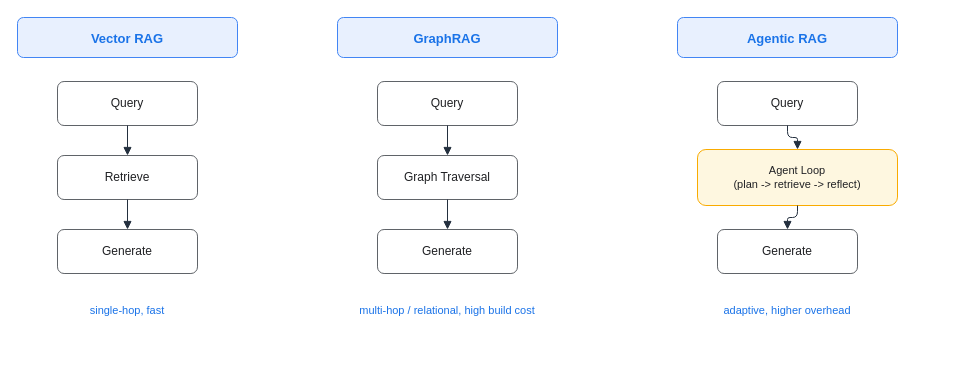
The draw.io diagram assets/img/ai/rag-07-rag-variants.drawio in KKamJi98/kkamji98.github.io, before the edit. Source tidied: cells renumbered, new cells numbered last; positions are measured from the earlier drawing's top-left corner, leaving out a move shared by most shapes. Both pictures are drawn from the tidied source at 100%, with x=0, y=0 at pixel (17, 17).
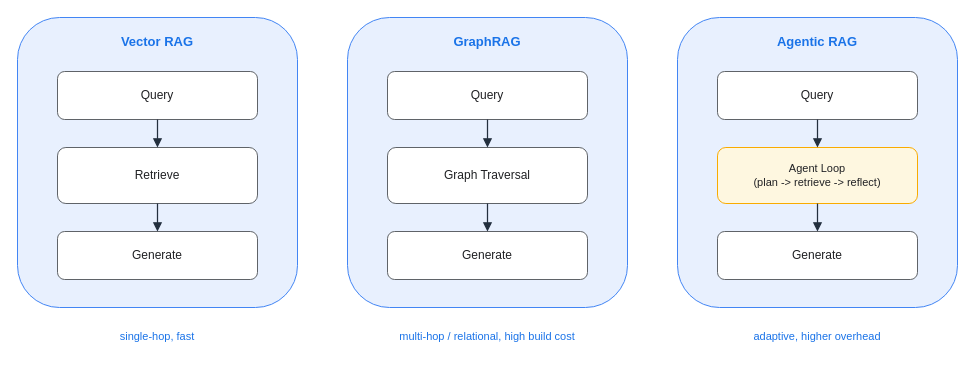
The same page after the edit.

Change to the diagram source:
```diff
@@
-    <mxCell id="2" value="Vector RAG" style="rounded=1;fillColor=#E8F0FE;strokeColor=#4285F4;verticalAlign=middle;align=center;fontStyle=1;fontSize=13;fontColor=#1A73E8;shadow=0;" parent="1" vertex="1">
-      <mxGeometry width="220" height="40" as="geometry" />
+    <mxCell id="2" value="Vector RAG" style="rounded=1;html=0;fillColor=#E8F0FE;strokeColor=#4285F4;verticalAlign=top;align=center;fontStyle=1;fontSize=13;fontColor=#1A73E8;spacingTop=10;shadow=0;" parent="1" vertex="1">
+      <mxGeometry width="280" height="290" as="geometry" />
     </mxCell>
     <mxCell id="3" value="Query" style="rounded=1;whiteSpace=wrap;html=0;fillColor=#FFFFFF;strokeColor=#5F6368;shadow=0;fontSize=12;fontColor=#202124;" parent="1" vertex="1">
-      <mxGeometry x="40" y="64" width="140" height="44" as="geometry" />
+      <mxGeometry x="40" y="54" width="200" height="48" as="geometry" />
     </mxCell>
     <mxCell id="4" value="Retrieve" style="rounded=1;whiteSpace=wrap;html=0;fillColor=#FFFFFF;strokeColor=#5F6368;shadow=0;fontSize=12;fontColor=#202124;" parent="1" vertex="1">
-      <mxGeometry x="40" y="138" width="140" height="44" as="geometry" />
+      <mxGeometry x="40" y="130" width="200" height="56" as="geometry" />
     </mxCell>
     <mxCell id="5" value="Generate" style="rounded=1;whiteSpace=wrap;html=0;fillColor=#FFFFFF;strokeColor=#5F6368;shadow=0;fontSize=12;fontColor=#202124;" parent="1" vertex="1">
-      <mxGeometry x="40" y="212" width="140" height="44" as="geometry" />
+      <mxGeometry x="40" y="214" width="200" height="48" as="geometry" />
     </mxCell>
     <mxCell id="6" value="single-hop, fast" style="text;html=0;align=center;fontSize=11;fontColor=#1A73E8;" parent="1" vertex="1">
-      <mxGeometry y="280" width="220" height="24" as="geometry" />
+      <mxGeometry y="306" width="280" height="24" as="geometry" />
     </mxCell>
-    <mxCell id="7" value="GraphRAG" style="rounded=1;fillColor=#E8F0FE;strokeColor=#4285F4;verticalAlign=middle;align=center;fontStyle=1;fontSize=13;fontColor=#1A73E8;shadow=0;" parent="1" vertex="1">
-      <mxGeometry x="320" width="220" height="40" as="geometry" />
+    <mxCell id="7" value="GraphRAG" style="rounded=1;html=0;fillColor=#E8F0FE;strokeColor=#4285F4;verticalAlign=top;align=center;fontStyle=1;fontSize=13;fontColor=#1A73E8;spacingTop=10;shadow=0;" parent="1" vertex="1">
+      <mxGeometry x="330" width="280" height="290" as="geometry" />
     </mxCell>
     <mxCell id="8" value="Query" style="rounded=1;whiteSpace=wrap;html=0;fillColor=#FFFFFF;strokeColor=#5F6368;shadow=0;fontSize=12;fontColor=#202124;" parent="1" vertex="1">
-      <mxGeometry x="360" y="64" width="140" height="44" as="geometry" />
+      <mxGeometry x="370" y="54" width="200" height="48" as="geometry" />
     </mxCell>
     <mxCell id="9" value="Graph Traversal" style="rounded=1;whiteSpace=wrap;html=0;fillColor=#FFFFFF;strokeColor=#5F6368;shadow=0;fontSize=12;fontColor=#202124;" parent="1" vertex="1">
-      <mxGeometry x="360" y="138" width="140" height="44" as="geometry" />
+      <mxGeometry x="370" y="130" width="200" height="56" as="geometry" />
     </mxCell>
     <mxCell id="10" value="Generate" style="rounded=1;whiteSpace=wrap;html=0;fillColor=#FFFFFF;strokeColor=#5F6368;shadow=0;fontSize=12;fontColor=#202124;" parent="1" vertex="1">
-      <mxGeometry x="360" y="212" width="140" height="44" as="geometry" />
+      <mxGeometry x="370" y="214" width="200" height="48" as="geometry" />
     </mxCell>
     <mxCell id="11" value="multi-hop / relational, high build cost" style="text;html=0;align=center;fontSize=11;fontColor=#1A73E8;" parent="1" vertex="1">
-      <mxGeometry x="300" y="280" width="260" height="24" as="geometry" />
+      <mxGeometry x="330" y="306" width="280" height="24" as="geometry" />
     </mxCell>
-    <mxCell id="12" value="Agentic RAG" style="rounded=1;fillColor=#E8F0FE;strokeColor=#4285F4;verticalAlign=middle;align=center;fontStyle=1;fontSize=13;fontColor=#1A73E8;shadow=0;" parent="1" vertex="1">
-      <mxGeometry x="660" width="220" height="40" as="geometry" />
+    <mxCell id="12" value="Agentic RAG" style="rounded=1;html=0;fillColor=#E8F0FE;strokeColor=#4285F4;verticalAlign=top;align=center;fontStyle=1;fontSize=13;fontColor=#1A73E8;spacingTop=10;shadow=0;" parent="1" vertex="1">
+      <mxGeometry x="660" width="280" height="290" as="geometry" />
     </mxCell>
     <mxCell id="13" value="Query" style="rounded=1;whiteSpace=wrap;html=0;fillColor=#FFFFFF;strokeColor=#5F6368;shadow=0;fontSize=12;fontColor=#202124;" parent="1" vertex="1">
-      <mxGeometry x="700" y="64" width="140" height="44" as="geometry" />
+      <mxGeometry x="700" y="54" width="200" height="48" as="geometry" />
     </mxCell>
     <mxCell id="14" value="Agent Loop&#10;(plan -&gt; retrieve -&gt; reflect)" style="rounded=1;whiteSpace=wrap;html=0;fillColor=#FEF7E0;strokeColor=#F9AB00;shadow=0;fontSize=11;fontColor=#202124;" parent="1" vertex="1">
-      <mxGeometry x="680" y="132" width="200" height="56" as="geometry" />
+      <mxGeometry x="700" y="130" width="200" height="56" as="geometry" />
     </mxCell>
     <mxCell id="15" value="Generate" style="rounded=1;whiteSpace=wrap;html=0;fillColor=#FFFFFF;strokeColor=#5F6368;shadow=0;fontSize=12;fontColor=#202124;" parent="1" vertex="1">
-      <mxGeometry x="700" y="212" width="140" height="44" as="geometry" />
+      <mxGeometry x="700" y="214" width="200" height="48" as="geometry" />
     </mxCell>
     <mxCell id="16" value="adaptive, higher overhead" style="text;html=0;align=center;fontSize=11;fontColor=#1A73E8;" parent="1" vertex="1">
-      <mxGeometry x="660" y="280" width="220" height="24" as="geometry" />
+      <mxGeometry x="660" y="306" width="280" height="24" as="geometry" />
     </mxCell>
-    <mxCell id="17" style="edgeStyle=orthogonalEdgeStyle;rounded=1;html=0;endArrow=block;strokeColor=#232F3E;fontColor=#232F3E;" parent="1" edge="1" source="3" target="4">
+    <mxCell id="17" style="edgeStyle=orthogonalEdgeStyle;rounded=1;html=0;endArrow=block;strokeColor=#232F3E;strokeWidth=1.25;fontColor=#232F3E;exitX=0.5;exitY=1;exitDx=0;exitDy=0;entryX=0.5;entryY=0;entryDx=0;entryDy=0;" parent="1" edge="1" source="3" target="4">
       <mxGeometry relative="1" as="geometry" />
     </mxCell>
-    <mxCell id="18" style="edgeStyle=orthogonalEdgeStyle;rounded=1;html=0;endArrow=block;strokeColor=#232F3E;fontColor=#232F3E;" parent="1" edge="1" source="4" target="5">
+    <mxCell id="18" style="edgeStyle=orthogonalEdgeStyle;rounded=1;html=0;endArrow=block;strokeColor=#232F3E;strokeWidth=1.25;fontColor=#232F3E;exitX=0.5;exitY=1;exitDx=0;exitDy=0;entryX=0.5;entryY=0;entryDx=0;entryDy=0;" parent="1" edge="1" source="4" target="5">
       <mxGeometry relative="1" as="geometry" />
     </mxCell>
-    <mxCell id="19" style="edgeStyle=orthogonalEdgeStyle;rounded=1;html=0;endArrow=block;strokeColor=#232F3E;fontColor=#232F3E;" parent="1" edge="1" source="8" target="9">
+    <mxCell id="19" style="edgeStyle=orthogonalEdgeStyle;rounded=1;html=0;endArrow=block;strokeColor=#232F3E;strokeWidth=1.25;fontColor=#232F3E;exitX=0.5;exitY=1;exitDx=0;exitDy=0;entryX=0.5;entryY=0;entryDx=0;entryDy=0;" parent="1" edge="1" source="8" target="9">
       <mxGeometry relative="1" as="geometry" />
     </mxCell>
-    <mxCell id="20" style="edgeStyle=orthogonalEdgeStyle;rounded=1;html=0;endArrow=block;strokeColor=#232F3E;fontColor=#232F3E;" parent="1" edge="1" source="9" target="10">
+    <mxCell id="20" style="edgeStyle=orthogonalEdgeStyle;rounded=1;html=0;endArrow=block;strokeColor=#232F3E;strokeWidth=1.25;fontColor=#232F3E;exitX=0.5;exitY=1;exitDx=0;exitDy=0;entryX=0.5;entryY=0;entryDx=0;entryDy=0;" parent="1" edge="1" source="9" target="10">
       <mxGeometry relative="1" as="geometry" />
     </mxCell>
-    <mxCell id="21" style="edgeStyle=orthogonalEdgeStyle;rounded=1;html=0;endArrow=block;strokeColor=#232F3E;fontColor=#232F3E;" parent="1" edge="1" source="13" target="14">
+    <mxCell id="21" style="edgeStyle=orthogonalEdgeStyle;rounded=1;html=0;endArrow=block;strokeColor=#232F3E;strokeWidth=1.25;fontColor=#232F3E;exitX=0.5;exitY=1;exitDx=0;exitDy=0;entryX=0.5;entryY=0;entryDx=0;entryDy=0;" parent="1" edge="1" source="13" target="14">
       <mxGeometry relative="1" as="geometry" />
     </mxCell>
-    <mxCell id="22" style="edgeStyle=orthogonalEdgeStyle;rounded=1;html=0;endArrow=block;strokeColor=#232F3E;fontColor=#232F3E;" parent="1" edge="1" source="14" target="15">
+    <mxCell id="22" style="edgeStyle=orthogonalEdgeStyle;rounded=1;html=0;endArrow=block;strokeColor=#232F3E;strokeWidth=1.25;fontColor=#232F3E;exitX=0.5;exitY=1;exitDx=0;exitDy=0;entryX=0.5;entryY=0;entryDx=0;entryDy=0;" parent="1" edge="1" source="14" target="15">
       <mxGeometry relative="1" as="geometry" />
     </mxCell>
```
